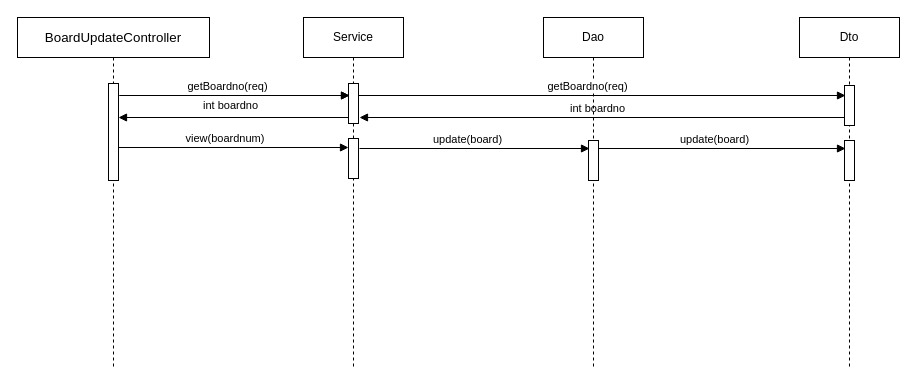
Earlier version of the draw.io diagram document/BoardUpdateController.drawio (iamheonil/KHSemiProject). Source tidied: cells renumbered, new cells numbered last; positions are measured from the earlier drawing's top-left corner, leaving out a move shared by most shapes. Both pictures are drawn from the tidied source at 100%, with x=0, y=0 at pixel (17, 17).
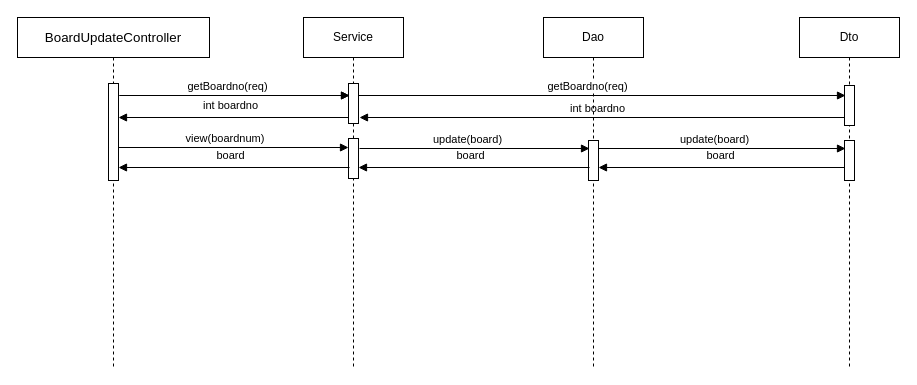
After the change.

Unchanged cells that the change refers to:
```xml
<mxCell id="16" value="Dto" style="shape=umlLifeline;perimeter=lifelinePerimeter;whiteSpace=wrap;html=1;outlineConnect=0;" parent="1" vertex="1">
  <mxGeometry x="782" width="100" height="350" as="geometry" />
</mxCell>
```

Change to the diagram source:
```diff
@@
+    <mxCell id="24" value="board" style="html=1;verticalAlign=bottom;endArrow=block;" parent="1" edge="1" source="16">
+      <mxGeometry x="0.03" y="-3" relative="1" as="geometry">
+        <mxPoint x="581" y="150" as="targetPoint" />
+      </mxGeometry>
+    </mxCell>
@@
+    <mxCell id="25" value="board" style="html=1;verticalAlign=bottom;endArrow=block;" parent="1" edge="1">
+      <mxGeometry x="0.03" y="-3" relative="1" as="geometry">
+        <mxPoint x="572" y="150" as="sourcePoint" />
+        <mxPoint x="341" y="150" as="targetPoint" />
+      </mxGeometry>
+    </mxCell>
+    <mxCell id="26" value="board" style="html=1;verticalAlign=bottom;endArrow=block;" parent="1" edge="1">
+      <mxGeometry x="0.03" y="-3" relative="1" as="geometry">
+        <mxPoint x="332" y="150" as="sourcePoint" />
+        <mxPoint x="101" y="150" as="targetPoint" />
+      </mxGeometry>
+    </mxCell>
```
